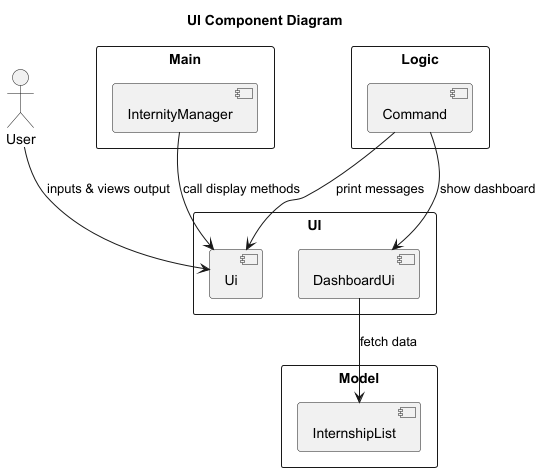
Before: docs/diagrams/UiComponentOverview.png, a diagram exported from PlantUML (BenyAlbatross/tp).
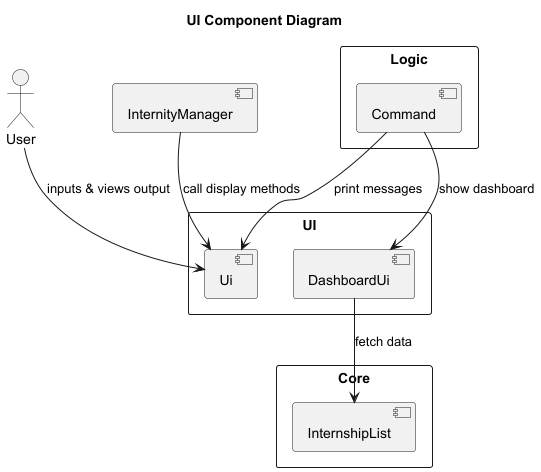
After the commit.

What changed in the source:
```diff
@@ -3,15 +3,11 @@
 
 actor User
 
-rectangle "Main" {
-    [InternityManager]
-}
-
 rectangle "Logic" {
     [Command]
 }
 
-rectangle "Model" {
+rectangle "Core" {
     [InternshipList]
 }
 
```
